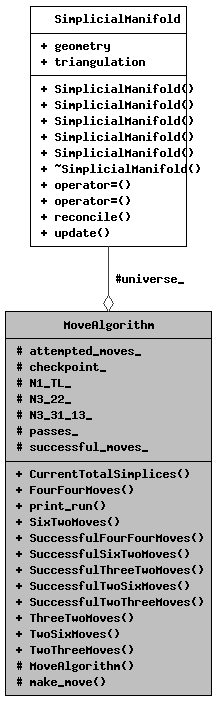
The Graphviz diagram class_move_algorithm__coll__graph.png in acgetchell/CDT-plusplus, before a commit. Its source is kept beside it as class_move_algorithm__coll__graph.dot. Source of this version:
```dot
digraph "MoveAlgorithm"
{
  edge [fontname="Helvetica",fontsize="10",labelfontname="Helvetica",labelfontsize="10"];
  node [fontname="Helvetica",fontsize="10",shape=record];
  Node1 [label="{MoveAlgorithm\n|# attempted_moves_\l# checkpoint_\l# N1_TL_\l# N3_22_\l# N3_31_13_\l# passes_\l# successful_moves_\l|+ CurrentTotalSimplices()\l+ FourFourMoves()\l+ print_run()\l+ SixTwoMoves()\l+ SuccessfulFourFourMoves()\l+ SuccessfulSixTwoMoves()\l+ SuccessfulThreeTwoMoves()\l+ SuccessfulTwoSixMoves()\l+ SuccessfulTwoThreeMoves()\l+ ThreeTwoMoves()\l+ TwoSixMoves()\l+ TwoThreeMoves()\l# MoveAlgorithm()\l# make_move()\l}",height=0.2,width=0.4,color="black", fillcolor="grey75", style="filled", fontcolor="black",tooltip="Base class for move algorithms."];
  Node2 -> Node1 [color="grey25",fontsize="10",style="solid",label=" #universe_" ,arrowhead="odiamond",fontname="Helvetica"];
  Node2 [label="{SimplicialManifold\n|+ geometry\l+ triangulation\l|+ SimplicialManifold()\l+ SimplicialManifold()\l+ SimplicialManifold()\l+ SimplicialManifold()\l+ SimplicialManifold()\l+ ~SimplicialManifold()\l+ operator=()\l+ operator=()\l+ reconcile()\l+ update()\l}",height=0.2,width=0.4,color="black", fillcolor="white", style="filled",URL="$struct_simplicial_manifold.html",tooltip=" "];
}
```
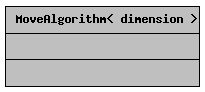
Above is the later version.

The edit, as a diff of the source:
```diff
@@ -1,8 +1,6 @@
-digraph "MoveAlgorithm"
+digraph "MoveAlgorithm&lt; dimension &gt;"
 {
   edge [fontname="Helvetica",fontsize="10",labelfontname="Helvetica",labelfontsize="10"];
   node [fontname="Helvetica",fontsize="10",shape=record];
-  Node1 [label="{MoveAlgorithm\n|# attempted_moves_\l# checkpoint_\l# N1_TL_\l# N3_22_\l# N3_31_13_\l# passes_\l# successful_moves_\l|+ CurrentTotalSimplices()\l+ FourFourMoves()\l+ print_run()\l+ SixTwoMoves()\l+ SuccessfulFourFourMoves()\l+ SuccessfulSixTwoMoves()\l+ SuccessfulThreeTwoMoves()\l+ SuccessfulTwoSixMoves()\l+ SuccessfulTwoThreeMoves()\l+ ThreeTwoMoves()\l+ TwoSixMoves()\l+ TwoThreeMoves()\l# MoveAlgorithm()\l# make_move()\l}",height=0.2,width=0.4,color="black", fillcolor="grey75", style="filled", fontcolor="black",tooltip="Base class for move algorithms."];
-  Node2 -> Node1 [color="grey25",fontsize="10",style="solid",label=" #universe_" ,arrowhead="odiamond",fontname="Helvetica"];
-  Node2 [label="{SimplicialManifold\n|+ geometry\l+ triangulation\l|+ SimplicialManifold()\l+ SimplicialManifold()\l+ SimplicialManifold()\l+ SimplicialManifold()\l+ SimplicialManifold()\l+ ~SimplicialManifold()\l+ operator=()\l+ operator=()\l+ reconcile()\l+ update()\l}",height=0.2,width=0.4,color="black", fillcolor="white", style="filled",URL="$struct_simplicial_manifold.html",tooltip=" "];
+  Node1 [label="{MoveAlgorithm\< dimension \>\n||}",height=0.2,width=0.4,color="black", fillcolor="grey75", style="filled", fontcolor="black",tooltip=" "];
 }
```
